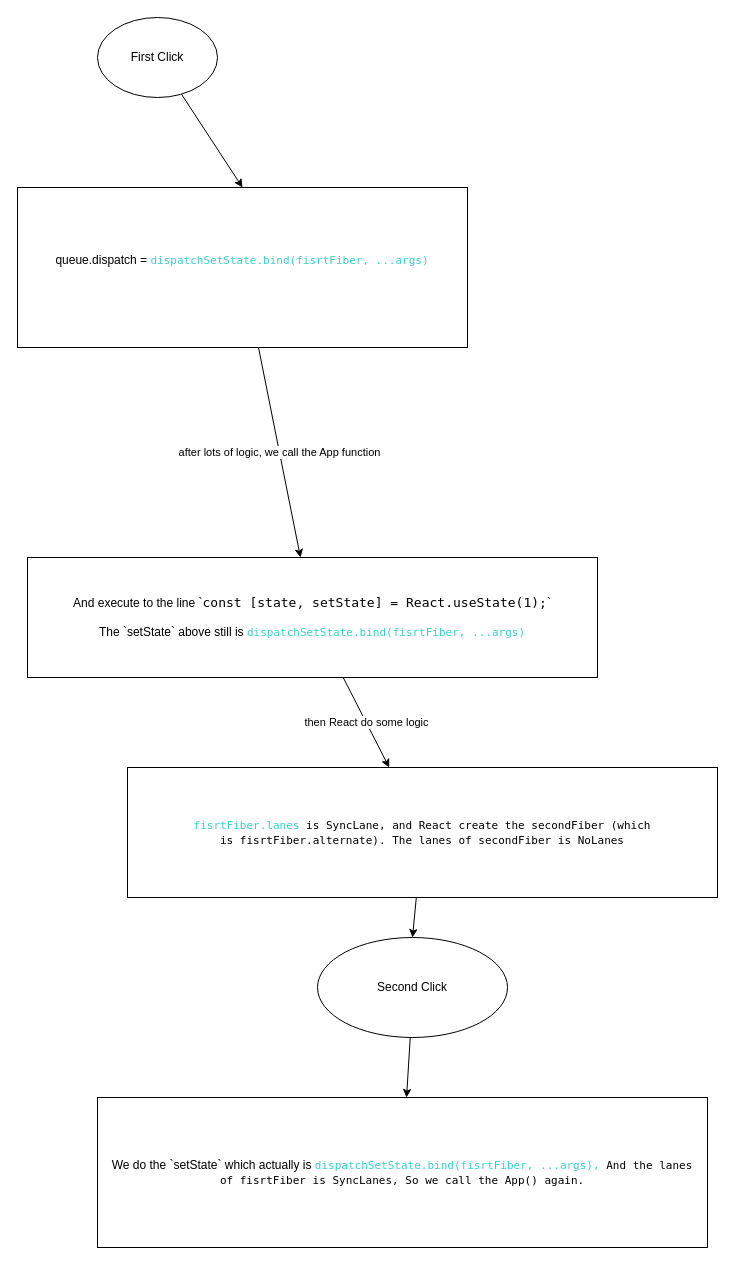
Earlier version of the draw.io diagram FC-call-without-state-change.drawio (wine-fall/drawioDisk). Source tidied: cells renumbered, new cells numbered last; positions are measured from the earlier drawing's top-left corner, leaving out a move shared by most shapes. Both pictures are drawn from the tidied source at 100%, with x=0, y=0 at pixel (17, 17).
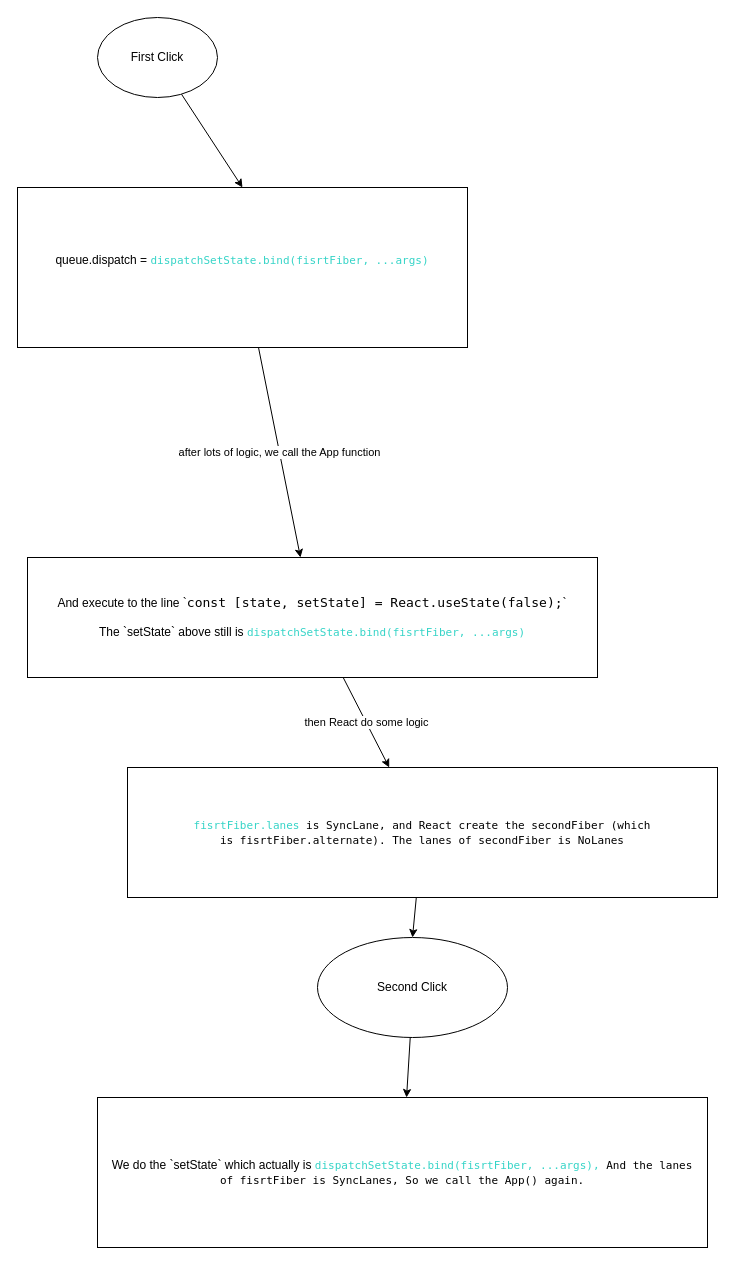
The same diagram, later.

The edit, as a diff of the source:
```diff
@@
 <mxGraphModel>
   <root>
     <mxCell id="0" />
     <mxCell id="1" parent="0" />
     <mxCell id="2" style="rounded=0;jettySize=auto;html=1;entryX=0.5;entryY=0;entryDx=0;entryDy=0;" parent="1" edge="1" source="3" target="5">
       <mxGeometry relative="1" as="geometry" />
     </mxCell>
     <mxCell id="3" value="First Click" style="ellipse;whiteSpace=wrap;html=1;" parent="1" vertex="1">
       <mxGeometry x="80" width="120" height="80" as="geometry" />
     </mxCell>
     <mxCell id="4" value="after lots of logic, we call the App function" style="edgeStyle=none;rounded=0;jettySize=auto;html=1;" parent="1" edge="1" source="5" target="7">
       <mxGeometry relative="1" as="geometry" />
     </mxCell>
     <mxCell id="5" value="queue.dispatch =&amp;nbsp;&lt;span style=&quot;color: rgb(53, 212, 199); font-family: menlo, monospace; font-size: 11px; text-align: left;&quot;&gt;dispatchSetState.bind(fisrtFiber, ...args)&lt;/span&gt;&lt;br&gt;&amp;nbsp;" style="rounded=0;whiteSpace=wrap;html=1;" parent="1" vertex="1">
       <mxGeometry y="170" width="450" height="160" as="geometry" />
     </mxCell>
     <mxCell id="6" value="then React do some logic" style="edgeStyle=none;rounded=0;jettySize=auto;html=1;fontColor=#000000;" parent="1" edge="1" source="7" target="9">
       <mxGeometry relative="1" as="geometry" />
     </mxCell>
-    <mxCell id="7" value="And execute to the line `&lt;span style=&quot;font-family: Menlo, Monaco, &amp;quot;Courier New&amp;quot;, monospace; font-size: 13px;&quot;&gt;const&lt;/span&gt;&lt;span style=&quot;font-family: Menlo, Monaco, &amp;quot;Courier New&amp;quot;, monospace; font-size: 13px;&quot;&gt; [&lt;/span&gt;&lt;span style=&quot;font-family: Menlo, Monaco, &amp;quot;Courier New&amp;quot;, monospace; font-size: 13px;&quot;&gt;state&lt;/span&gt;&lt;span style=&quot;font-family: Menlo, Monaco, &amp;quot;Courier New&amp;quot;, monospace; font-size: 13px;&quot;&gt;, &lt;/span&gt;&lt;span style=&quot;font-family: Menlo, Monaco, &amp;quot;Courier New&amp;quot;, monospace; font-size: 13px;&quot;&gt;setState&lt;/span&gt;&lt;span style=&quot;font-family: Menlo, Monaco, &amp;quot;Courier New&amp;quot;, monospace; font-size: 13px;&quot;&gt;] = &lt;/span&gt;&lt;span style=&quot;font-family: Menlo, Monaco, &amp;quot;Courier New&amp;quot;, monospace; font-size: 13px;&quot;&gt;React&lt;/span&gt;&lt;span style=&quot;font-family: Menlo, Monaco, &amp;quot;Courier New&amp;quot;, monospace; font-size: 13px;&quot;&gt;.&lt;/span&gt;&lt;span style=&quot;font-family: Menlo, Monaco, &amp;quot;Courier New&amp;quot;, monospace; font-size: 13px;&quot;&gt;useState&lt;/span&gt;&lt;span style=&quot;font-family: Menlo, Monaco, &amp;quot;Courier New&amp;quot;, monospace; font-size: 13px;&quot;&gt;(&lt;/span&gt;&lt;span style=&quot;font-family: Menlo, Monaco, &amp;quot;Courier New&amp;quot;, monospace; font-size: 13px;&quot;&gt;1&lt;/span&gt;&lt;span style=&quot;font-family: Menlo, Monaco, &amp;quot;Courier New&amp;quot;, monospace; font-size: 13px;&quot;&gt;);&lt;/span&gt;`&lt;br&gt;&lt;br&gt;The `setState` above still is&amp;nbsp;&lt;span style=&quot;color: rgb(53, 212, 199); font-family: menlo, monospace; font-size: 11px; text-align: left;&quot;&gt;dispatchSetState.bind(fisrtFiber, ...args)&lt;/span&gt;" style="rounded=0;whiteSpace=wrap;html=1;" parent="1" vertex="1">
+    <mxCell id="7" value="And execute to the line `&lt;span style=&quot;font-family: Menlo, Monaco, &amp;quot;Courier New&amp;quot;, monospace; font-size: 13px;&quot;&gt;const&lt;/span&gt;&lt;span style=&quot;font-family: Menlo, Monaco, &amp;quot;Courier New&amp;quot;, monospace; font-size: 13px;&quot;&gt; [&lt;/span&gt;&lt;span style=&quot;font-family: Menlo, Monaco, &amp;quot;Courier New&amp;quot;, monospace; font-size: 13px;&quot;&gt;state&lt;/span&gt;&lt;span style=&quot;font-family: Menlo, Monaco, &amp;quot;Courier New&amp;quot;, monospace; font-size: 13px;&quot;&gt;, &lt;/span&gt;&lt;span style=&quot;font-family: Menlo, Monaco, &amp;quot;Courier New&amp;quot;, monospace; font-size: 13px;&quot;&gt;setState&lt;/span&gt;&lt;span style=&quot;font-family: Menlo, Monaco, &amp;quot;Courier New&amp;quot;, monospace; font-size: 13px;&quot;&gt;] = &lt;/span&gt;&lt;span style=&quot;font-family: Menlo, Monaco, &amp;quot;Courier New&amp;quot;, monospace; font-size: 13px;&quot;&gt;React&lt;/span&gt;&lt;span style=&quot;font-family: Menlo, Monaco, &amp;quot;Courier New&amp;quot;, monospace; font-size: 13px;&quot;&gt;.&lt;/span&gt;&lt;span style=&quot;font-family: Menlo, Monaco, &amp;quot;Courier New&amp;quot;, monospace; font-size: 13px;&quot;&gt;useState&lt;/span&gt;&lt;span style=&quot;font-family: Menlo, Monaco, &amp;quot;Courier New&amp;quot;, monospace; font-size: 13px;&quot;&gt;(false&lt;/span&gt;&lt;span style=&quot;font-family: Menlo, Monaco, &amp;quot;Courier New&amp;quot;, monospace; font-size: 13px;&quot;&gt;);&lt;/span&gt;`&lt;br&gt;&lt;br&gt;The `setState` above still is&amp;nbsp;&lt;span style=&quot;color: rgb(53, 212, 199); font-family: menlo, monospace; font-size: 11px; text-align: left;&quot;&gt;dispatchSetState.bind(fisrtFiber, ...args)&lt;/span&gt;" style="rounded=0;whiteSpace=wrap;html=1;" parent="1" vertex="1">
       <mxGeometry x="10" y="540" width="570" height="120" as="geometry" />
     </mxCell>
     <mxCell id="8" style="edgeStyle=none;rounded=0;jettySize=auto;html=1;entryX=0.5;entryY=0;entryDx=0;entryDy=0;fontColor=#000000;" parent="1" edge="1" source="9" target="11">
       <mxGeometry relative="1" as="geometry" />
     </mxCell>
     <mxCell id="9" value="&lt;span style=&quot;color: rgb(53, 212, 199); font-family: menlo, monospace; font-size: 11px; text-align: left;&quot;&gt;fisrtFiber.lanes &lt;/span&gt;&lt;span style=&quot;font-family: menlo, monospace; font-size: 11px; text-align: left;&quot;&gt;is SyncLane, and React create the secondFiber (which is&lt;/span&gt;&lt;span style=&quot;font-family: menlo, monospace; font-size: 11px; text-align: left;&quot;&gt;&amp;nbsp;fisrtFiber.alternate&lt;/span&gt;&lt;span style=&quot;font-family: menlo, monospace; font-size: 11px; text-align: left;&quot;&gt;). The lanes of&amp;nbsp;&lt;/span&gt;&lt;span style=&quot;font-family: menlo, monospace; font-size: 11px; text-align: left;&quot;&gt;secondFiber is NoLanes&lt;/span&gt;" style="rounded=0;whiteSpace=wrap;html=1;labelBackgroundColor=none;fontColor=#000000;" parent="1" vertex="1">
       <mxGeometry x="110" y="750" width="590" height="130" as="geometry" />
     </mxCell>
     <mxCell id="10" style="edgeStyle=none;rounded=0;jettySize=auto;html=1;fontColor=#000000;" parent="1" edge="1" source="11" target="12">
       <mxGeometry relative="1" as="geometry" />
     </mxCell>
     <mxCell id="11" value="Second Click" style="ellipse;whiteSpace=wrap;html=1;labelBackgroundColor=none;fontColor=#000000;" parent="1" vertex="1">
       <mxGeometry x="300" y="920" width="190" height="100" as="geometry" />
     </mxCell>
     <mxCell id="12" value="We do the `setState` which actually is&amp;nbsp;&lt;span style=&quot;color: rgb(53, 212, 199); font-family: menlo, monospace; font-size: 11px; text-align: left;&quot;&gt;dispatchSetState.bind(fisrtFiber, ...args),&lt;/span&gt;&lt;span style=&quot;font-family: menlo, monospace; font-size: 11px; text-align: left;&quot;&gt; And the lanes of&amp;nbsp;&lt;/span&gt;&lt;span style=&quot;font-family: menlo, monospace; font-size: 11px; text-align: left;&quot;&gt;fisrtFiber is SyncLanes, So we call the App() again.&lt;/span&gt;" style="rounded=0;whiteSpace=wrap;html=1;labelBackgroundColor=none;fontColor=#000000;" parent="1" vertex="1">
       <mxGeometry x="80" y="1080" width="610" height="150" as="geometry" />
     </mxCell>
   </root>
 </mxGraphModel>
```
